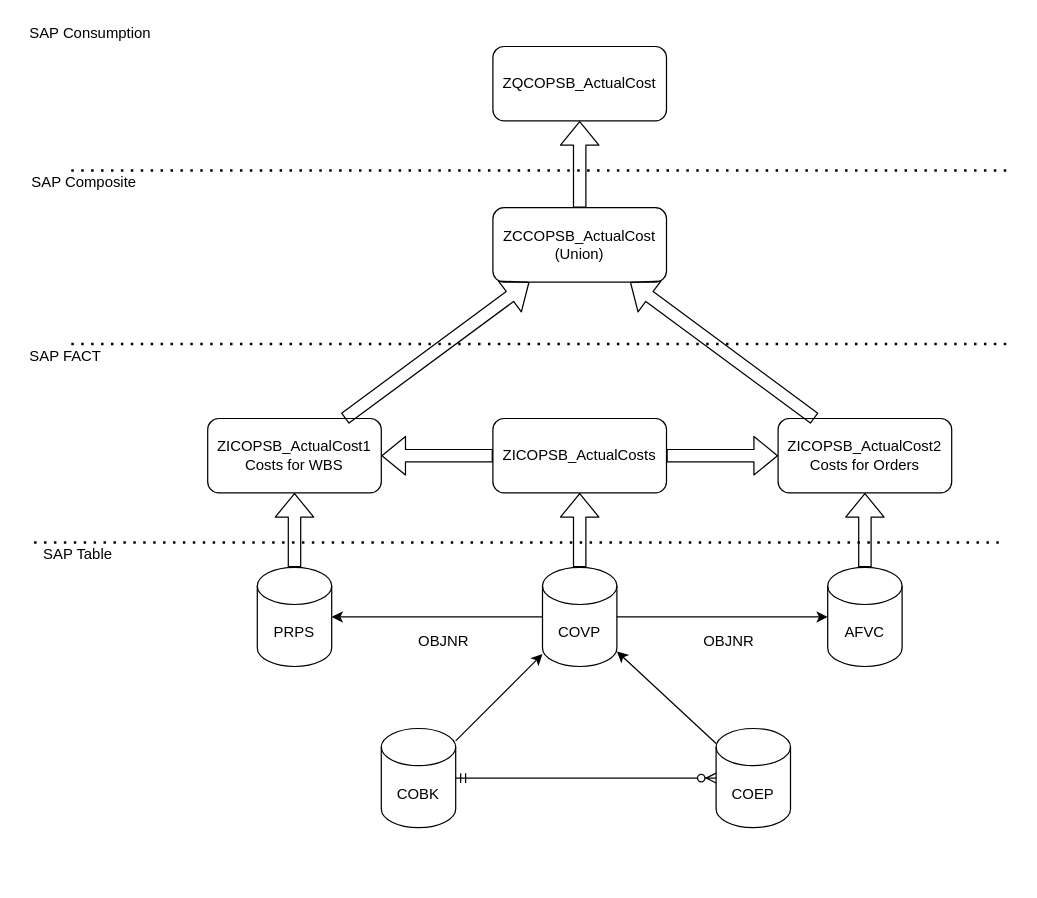
This is 6.Ist-Kosten .drawio from deguotaoma/Aufgaben, a draw.io file, before an edit. Source tidied: cells renumbered, new cells numbered last; positions are measured from the earlier drawing's top-left corner, leaving out a move shared by most shapes. Both pictures are drawn from the tidied source at 124%, with x=0, y=0 at pixel (21, 21).
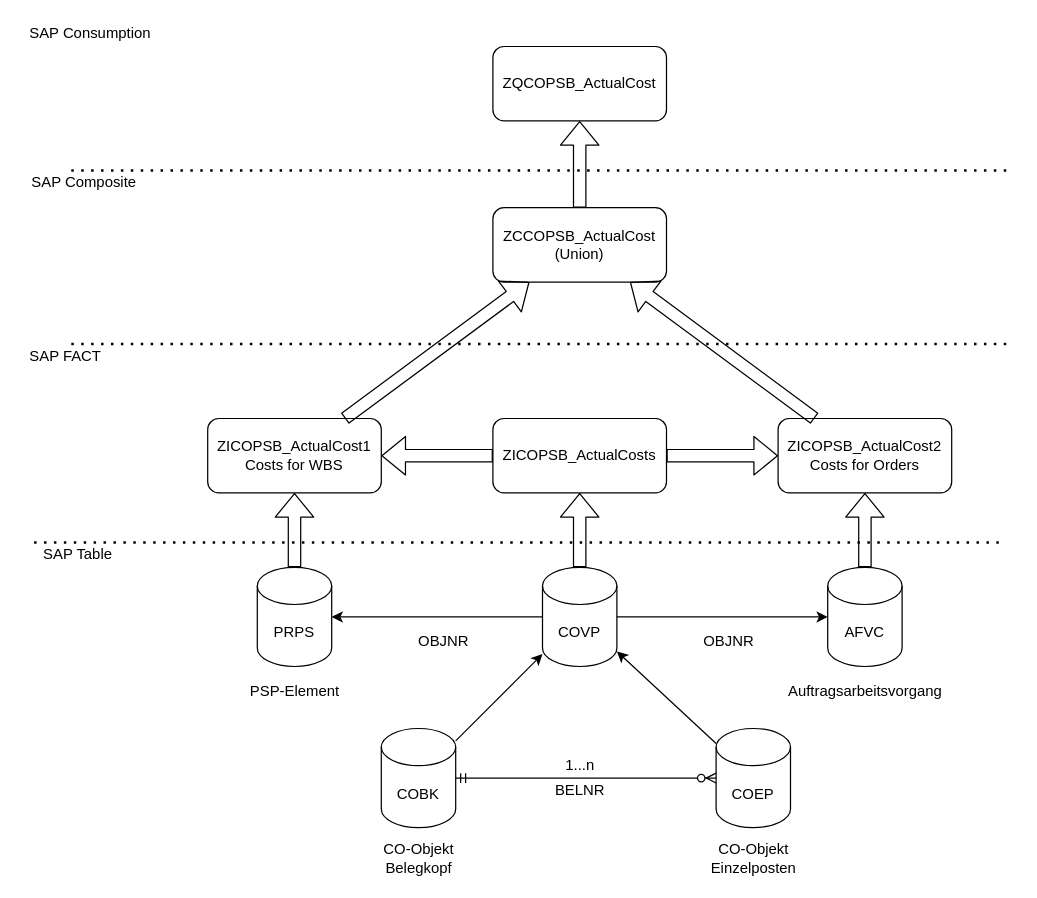
The same page after the edit.

Change to the diagram source:
```diff
@@
+    <mxCell id="34" value="PSP-Element" style="text;html=1;align=center;verticalAlign=middle;strokeColor=none;" parent="1" vertex="1">
+      <mxGeometry x="175" y="530" width="90" height="20" as="geometry" />
+    </mxCell>
+    <mxCell id="35" value="Auftragsarbeitsvorgang" style="text;html=1;align=center;verticalAlign=middle;strokeColor=none;" parent="1" vertex="1">
+      <mxGeometry x="610" y="530" width="140" height="20" as="geometry" />
+    </mxCell>
+    <mxCell id="36" value="CO-Objekt&lt;br&gt;Belegkopf" style="text;html=1;align=center;verticalAlign=middle;strokeColor=none;" parent="1" vertex="1">
+      <mxGeometry x="285" y="660" width="70" height="30" as="geometry" />
+    </mxCell>
+    <mxCell id="37" value="CO-Objekt&lt;br&gt;Einzelposten" style="text;html=1;align=center;verticalAlign=middle;strokeColor=none;" parent="1" vertex="1">
+      <mxGeometry x="550" y="660" width="80" height="30" as="geometry" />
+    </mxCell>
+    <mxCell id="38" value="BELNR" style="text;html=1;align=center;verticalAlign=middle;strokeColor=none;" parent="1" vertex="1">
+      <mxGeometry x="420" y="610" width="60" height="20" as="geometry" />
+    </mxCell>
+    <mxCell id="39" value="1...n" style="text;html=1;align=center;verticalAlign=middle;strokeColor=none;" parent="1" vertex="1">
+      <mxGeometry x="430" y="590" width="40" height="20" as="geometry" />
+    </mxCell>
```
